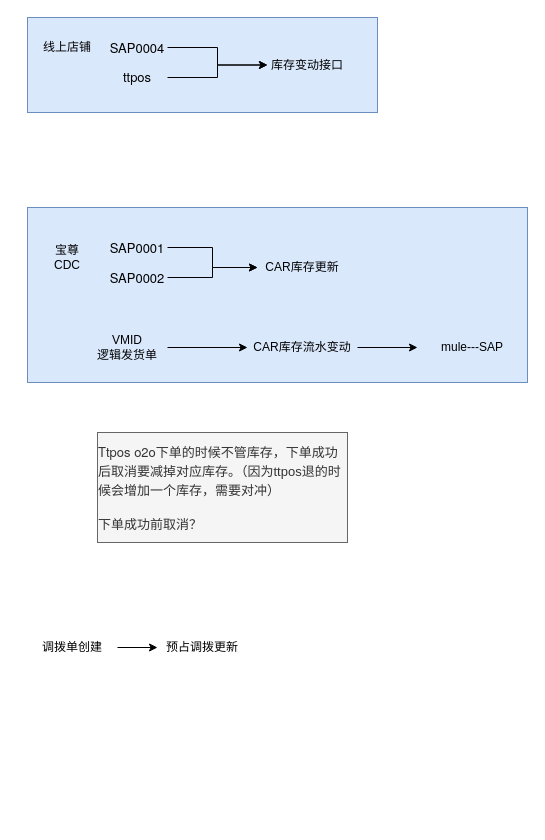
The draw.io diagram VF/VMID/库存变动同步.drawio in yeahsyoung/diagram, before the edit. Source tidied: cells renumbered, new cells numbered last; positions are measured from the earlier drawing's top-left corner, leaving out a move shared by most shapes. Both pictures are drawn from the tidied source at 100%, with x=0, y=0 at pixel (27, 17).
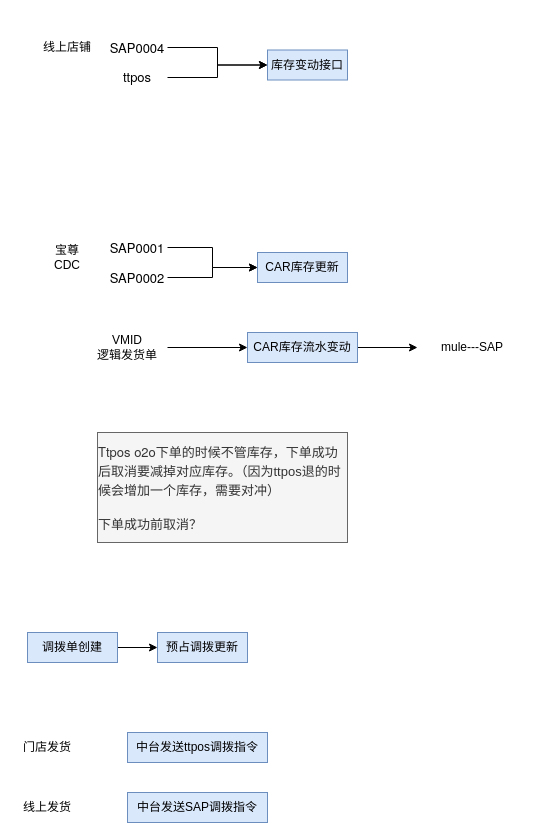
The same page after the edit.

Commit message:
更新库存变动同步.drawio

Diff of the diagram source:
```diff
@@
-    <mxCell id="2" style="rounded=0;whiteSpace=wrap;html=1;fillColor=#dae8fc;strokeColor=#6c8ebf;" parent="1" vertex="1">
-      <mxGeometry y="190" width="500" height="175" as="geometry" />
-    </mxCell>
-    <mxCell id="3" style="rounded=0;whiteSpace=wrap;html=1;fillColor=#dae8fc;strokeColor=#6c8ebf;" parent="1" vertex="1">
-      <mxGeometry width="350" height="95" as="geometry" />
-    </mxCell>
-    <mxCell id="4" value="库存变动接口" style="text;html=1;whiteSpace=wrap;strokeColor=none;fillColor=none;align=center;verticalAlign=middle;rounded=0;" parent="1" vertex="1">
+    <mxCell id="4" value="库存变动接口" style="text;html=1;whiteSpace=wrap;strokeColor=#6c8ebf;fillColor=#dae8fc;align=center;verticalAlign=middle;rounded=0;" parent="1" vertex="1">
       <mxGeometry x="240" y="32.5" width="80" height="30" as="geometry" />
     </mxCell>
-    <mxCell id="5" value="CAR库存更新" style="text;html=1;whiteSpace=wrap;strokeColor=none;fillColor=none;align=center;verticalAlign=middle;rounded=0;" parent="1" vertex="1">
+    <mxCell id="5" value="CAR库存更新" style="text;html=1;whiteSpace=wrap;strokeColor=#6c8ebf;fillColor=#dae8fc;align=center;verticalAlign=middle;rounded=0;" parent="1" vertex="1">
       <mxGeometry x="230" y="235" width="90" height="30" as="geometry" />
     </mxCell>
@@
-    <mxCell id="7" value="CAR库存流水变动" style="text;html=1;whiteSpace=wrap;strokeColor=none;fillColor=none;align=center;verticalAlign=middle;rounded=0;" parent="1" vertex="1">
+    <mxCell id="7" value="CAR库存流水变动" style="text;html=1;whiteSpace=wrap;strokeColor=#6c8ebf;fillColor=#dae8fc;align=center;verticalAlign=middle;rounded=0;" parent="1" vertex="1">
       <mxGeometry x="220" y="315" width="110" height="30" as="geometry" />
     </mxCell>
@@
-    <mxCell id="23" value="调拨单创建" style="text;html=1;whiteSpace=wrap;strokeColor=none;fillColor=none;align=center;verticalAlign=middle;rounded=0;" parent="1" vertex="1">
+    <mxCell id="23" value="调拨单创建" style="text;html=1;whiteSpace=wrap;strokeColor=#6c8ebf;fillColor=#dae8fc;align=center;verticalAlign=middle;rounded=0;" parent="1" vertex="1">
       <mxGeometry y="615" width="90" height="30" as="geometry" />
     </mxCell>
-    <mxCell id="24" value="预占调拨更新" style="text;html=1;whiteSpace=wrap;strokeColor=none;fillColor=none;align=center;verticalAlign=middle;rounded=0;" parent="1" vertex="1">
+    <mxCell id="24" value="预占调拨更新" style="text;html=1;whiteSpace=wrap;strokeColor=#6c8ebf;fillColor=#dae8fc;align=center;verticalAlign=middle;rounded=0;" parent="1" vertex="1">
       <mxGeometry x="130" y="615" width="90" height="30" as="geometry" />
     </mxCell>
+    <mxCell id="25" value="中台发送ttpos调拨指令" style="text;html=1;whiteSpace=wrap;strokeColor=#6c8ebf;fillColor=#dae8fc;align=center;verticalAlign=middle;rounded=0;" parent="1" vertex="1">
+      <mxGeometry x="100" y="715" width="140" height="30" as="geometry" />
+    </mxCell>
+    <mxCell id="26" value="中台发送SAP调拨指令" style="text;html=1;whiteSpace=wrap;strokeColor=#6c8ebf;fillColor=#dae8fc;align=center;verticalAlign=middle;rounded=0;" parent="1" vertex="1">
+      <mxGeometry x="100" y="775" width="140" height="30" as="geometry" />
+    </mxCell>
+    <mxCell id="27" value="门店发货" style="text;html=1;whiteSpace=wrap;strokeColor=none;fillColor=none;align=center;verticalAlign=middle;rounded=0;" parent="1" vertex="1">
+      <mxGeometry x="-10" y="715" width="60" height="30" as="geometry" />
+    </mxCell>
+    <mxCell id="28" value="线上发货" style="text;html=1;whiteSpace=wrap;strokeColor=none;fillColor=none;align=center;verticalAlign=middle;rounded=0;" parent="1" vertex="1">
+      <mxGeometry x="-10" y="775" width="60" height="30" as="geometry" />
+    </mxCell>
```
